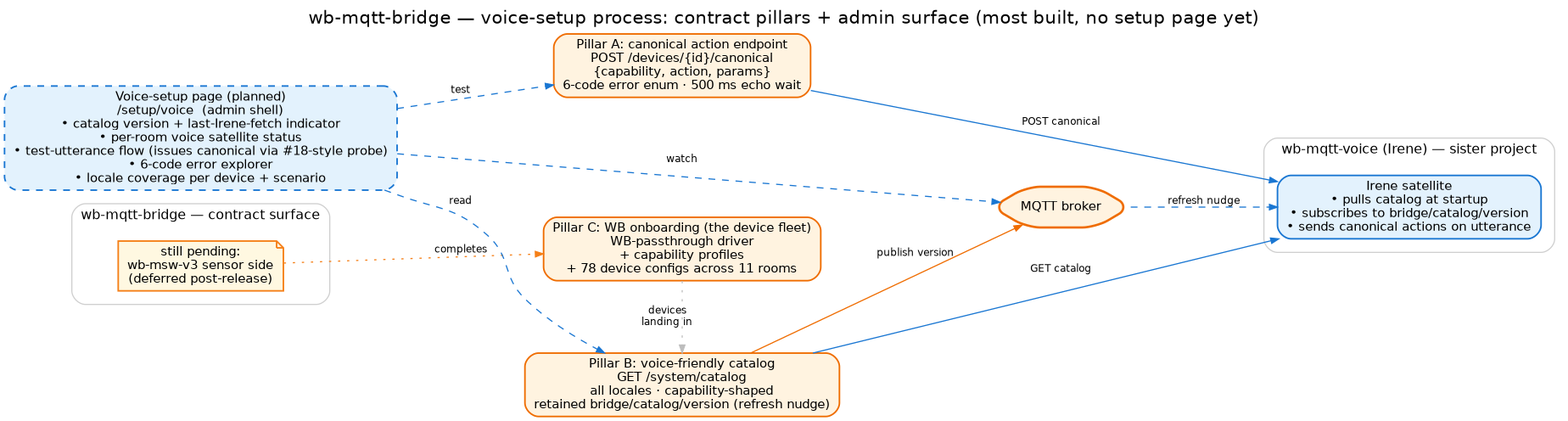
Before: docs/images/voice-setup.png, a diagram exported from Graphviz (droman42/wb-mqtt-bridge). Its source is kept beside it as docs/images/voice-setup.dot.
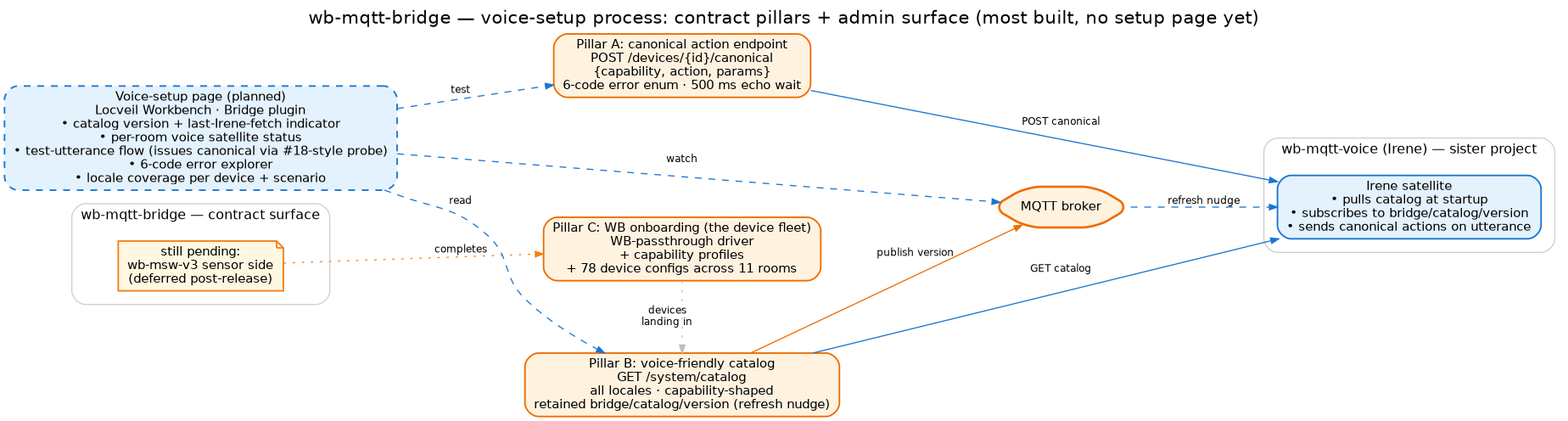
The same file after the commit.

The edit, as a diff of the source:
```diff
@@ -28,7 +28,7 @@
            fillcolor="#e3f2fd", color="#1976d2"];
   }
 
-  page [label="Voice-setup page (planned)\n/setup/voice  (admin shell)\n• catalog version + last-Irene-fetch indicator\n• per-room voice satellite status\n• test-utterance flow (issues canonical via #18-style probe)\n• 6-code error explorer\n• locale coverage per device + scenario",
+  page [label="Voice-setup page (planned)\nLocveil Workbench · Bridge plugin\n• catalog version + last-Irene-fetch indicator\n• per-room voice satellite status\n• test-utterance flow (issues canonical via #18-style probe)\n• 6-code error explorer\n• locale coverage per device + scenario",
         fillcolor="#e3f2fd", color="#1976d2", width=4.8, style="filled,rounded,dashed"];
 
   broker [label="MQTT broker",
```
